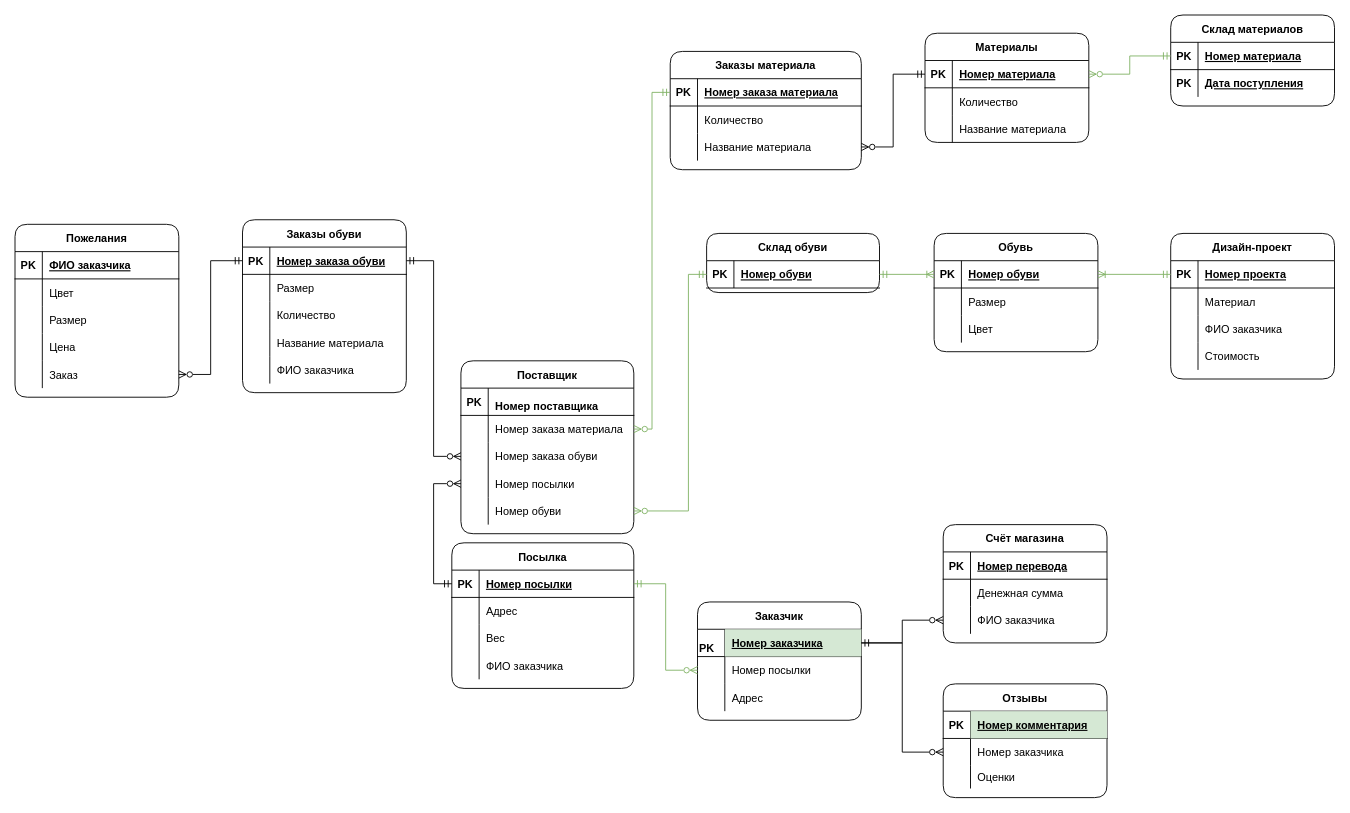
Earlier version of the draw.io diagram Er.drawio (MorozovStanislav/Repozitory). Source tidied: cells renumbered, new cells numbered last; positions are measured from the earlier drawing's top-left corner, leaving out a move shared by most shapes. Both pictures are drawn from the tidied source at 91%, with x=0, y=0 at pixel (15, 15).
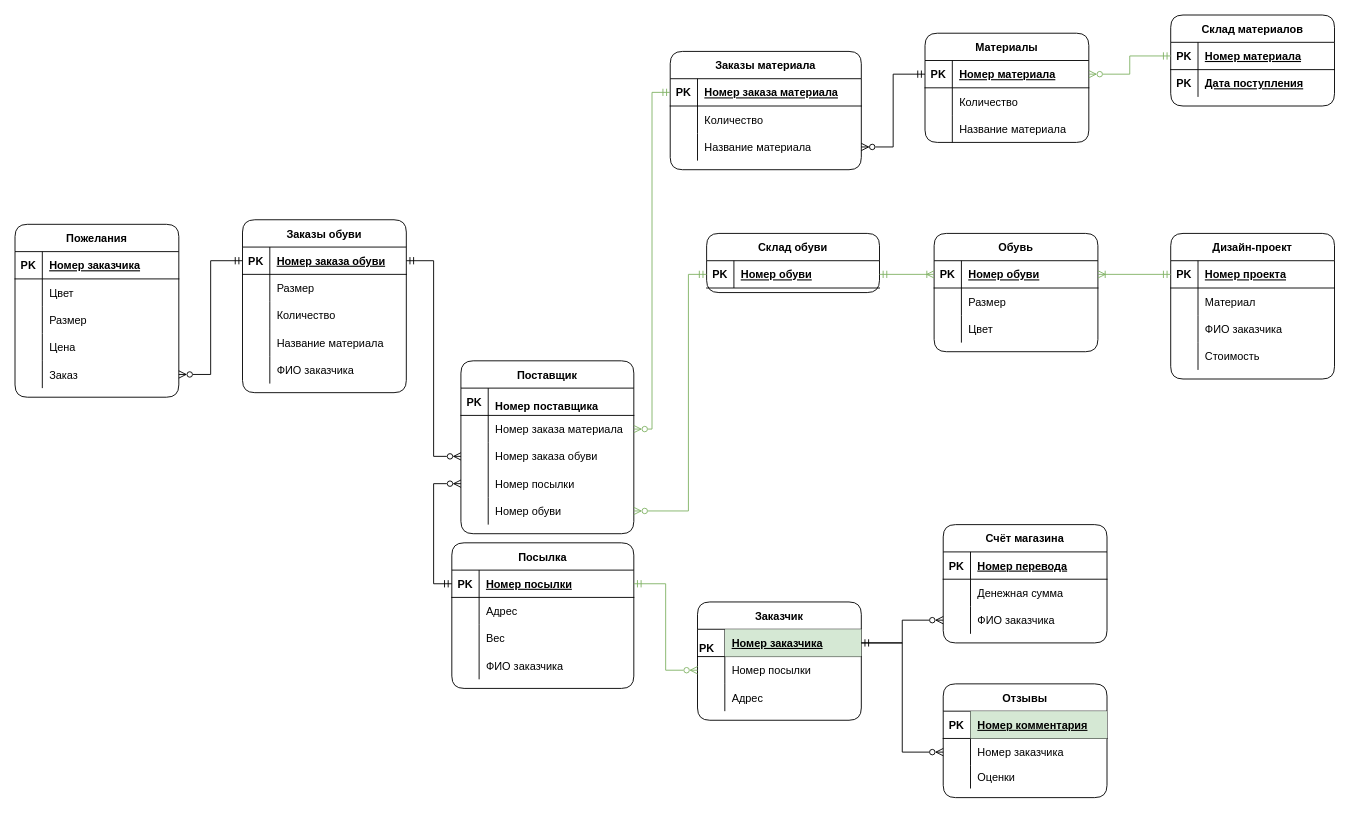
The same diagram, later.

The change refers to these unchanged cells:
```xml
<mxCell id="29" style="shape=partialRectangle;fillColor=none;top=0;left=0;bottom=1;right=0;" parent="28" vertex="1">
  <mxGeometry y="30" width="180" height="30" as="geometry" />
</mxCell>
```

Change to the diagram source:
```diff
@@
-    <mxCell id="31" value="ФИО заказчика" style="shape=partialRectangle;fillColor=none;top=0;left=0;bottom=0;right=0;align=left;spacingLeft=6;fontStyle=5;overflow=hidden;" parent="29" vertex="1">
+    <mxCell id="31" value="Номер заказчика" style="shape=partialRectangle;fillColor=none;top=0;left=0;bottom=0;right=0;align=left;spacingLeft=6;fontStyle=5;overflow=hidden;" parent="29" vertex="1">
       <mxGeometry x="30" width="150" height="30" as="geometry" />
     </mxCell>
```
